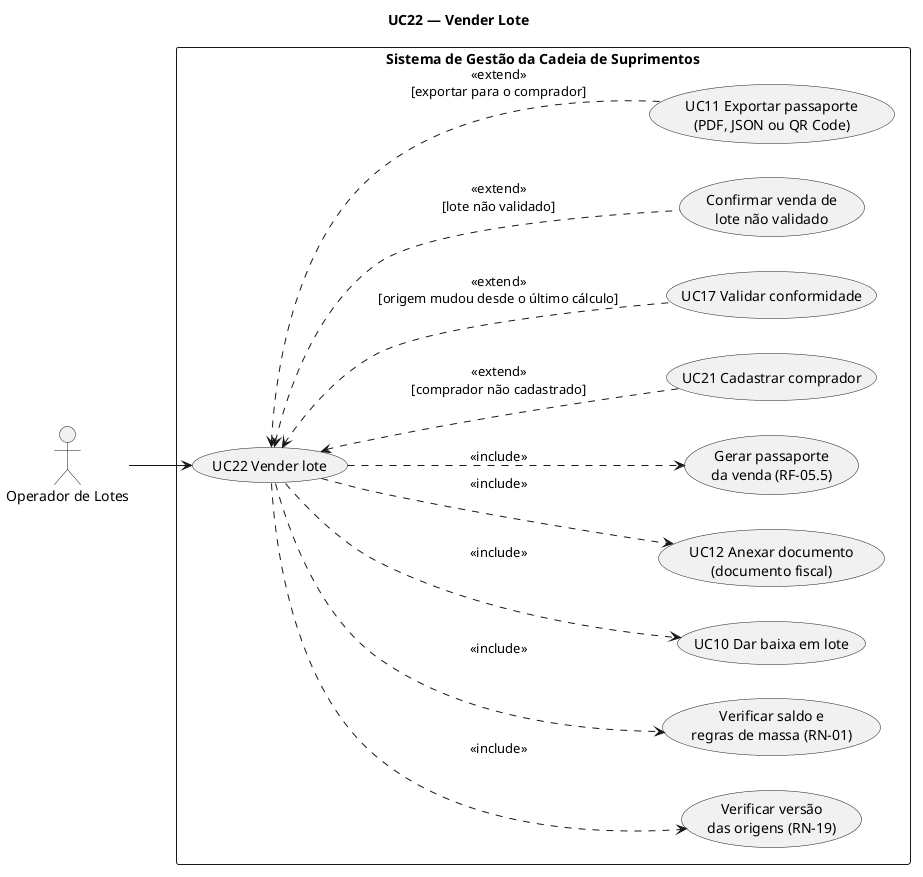
pedrohrossetto/gestao-cadeia-suprimentos keeps this PlantUML diagram as docs/v3/casos-de-uso/plantuml/uc22-vender-lote.png. Above is the earlier version. The source it was exported from:
```plantuml
@startuml uc22-vender-lote
title UC22 — Vender Lote
left to right direction
skinparam packageStyle rectangle
skinparam shadowing false

actor "Operador de Lotes" as ope

rectangle "Sistema de Gestão da Cadeia de Suprimentos" {
  usecase "UC22 Vender lote" as uc22
  usecase "Verificar versão\ndas origens (RN-19)" as ver
  usecase "Verificar saldo e\nregras de massa (RN-01)" as chk
  usecase "UC10 Dar baixa em lote" as uc10
  usecase "UC12 Anexar documento\n(documento fiscal)" as uc12
  usecase "Gerar passaporte\nda venda (RF-05.5)" as pas
  usecase "UC21 Cadastrar comprador" as uc21
  usecase "UC17 Validar conformidade" as uc17
  usecase "Confirmar venda de\nlote não validado" as nval
  usecase "UC11 Exportar passaporte\n(PDF, JSON ou QR Code)" as uc11
}

ope --> uc22

uc22 ..> ver : <<include>>
uc22 ..> chk : <<include>>
uc22 ..> uc10 : <<include>>
uc22 ..> uc12 : <<include>>
uc22 ..> pas : <<include>>
uc22 <.. uc21 : <<extend>>\n[comprador não cadastrado]
uc22 <.. uc17 : <<extend>>\n[origem mudou desde o último cálculo]
uc22 <.. nval : <<extend>>\n[lote não validado]
uc22 <.. uc11 : <<extend>>\n[exportar para o comprador]
@enduml
```
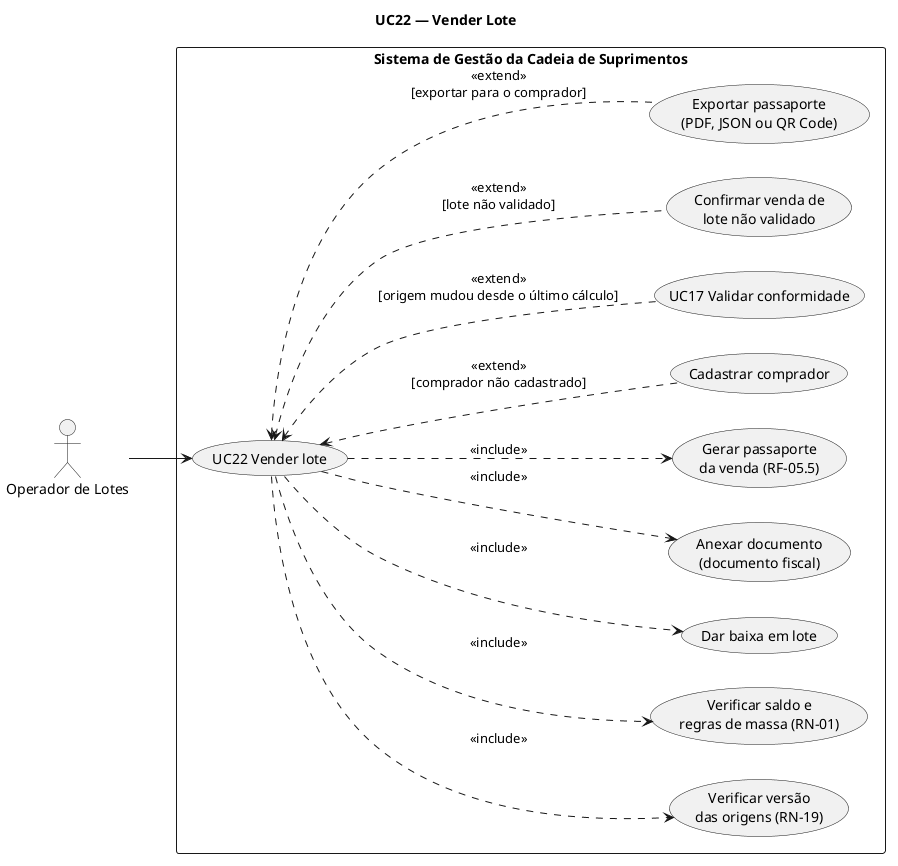
After the commit.

Diff of the diagram source:
```diff
@@ -10,13 +10,13 @@
   usecase "UC22 Vender lote" as uc22
   usecase "Verificar versão\ndas origens (RN-19)" as ver
   usecase "Verificar saldo e\nregras de massa (RN-01)" as chk
-  usecase "UC10 Dar baixa em lote" as uc10
-  usecase "UC12 Anexar documento\n(documento fiscal)" as uc12
+  usecase "Dar baixa em lote" as uc10
+  usecase "Anexar documento\n(documento fiscal)" as uc12
   usecase "Gerar passaporte\nda venda (RF-05.5)" as pas
-  usecase "UC21 Cadastrar comprador" as uc21
+  usecase "Cadastrar comprador" as uc21
   usecase "UC17 Validar conformidade" as uc17
   usecase "Confirmar venda de\nlote não validado" as nval
-  usecase "UC11 Exportar passaporte\n(PDF, JSON ou QR Code)" as uc11
+  usecase "Exportar passaporte\n(PDF, JSON ou QR Code)" as uc11
 }
 
 ope --> uc22
```
